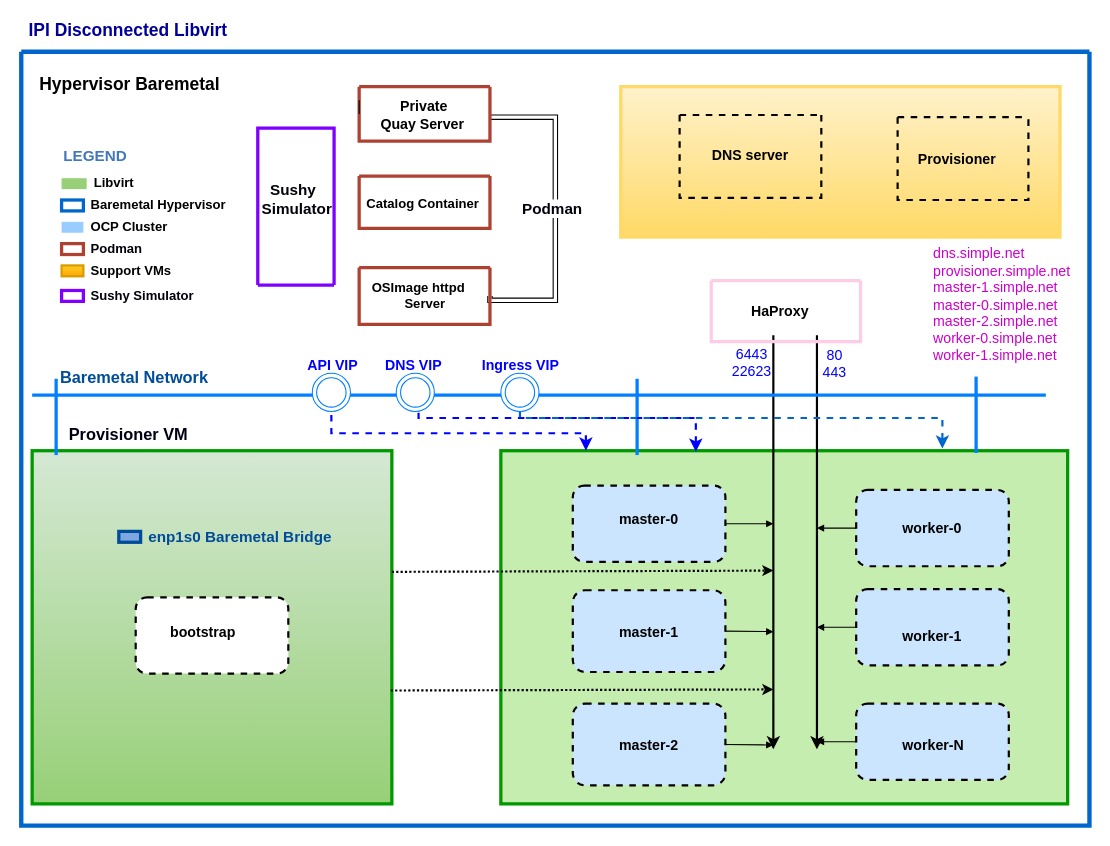
The draw.io diagram Untitled Diagram.drawio in ansvu/ava-project, before the edit. Source tidied: cells renumbered, new cells numbered last; positions are measured from the earlier drawing's top-left corner, leaving out a move shared by most shapes. Both pictures are drawn from the tidied source at 109%, with x=0, y=0 at pixel (21, 19).
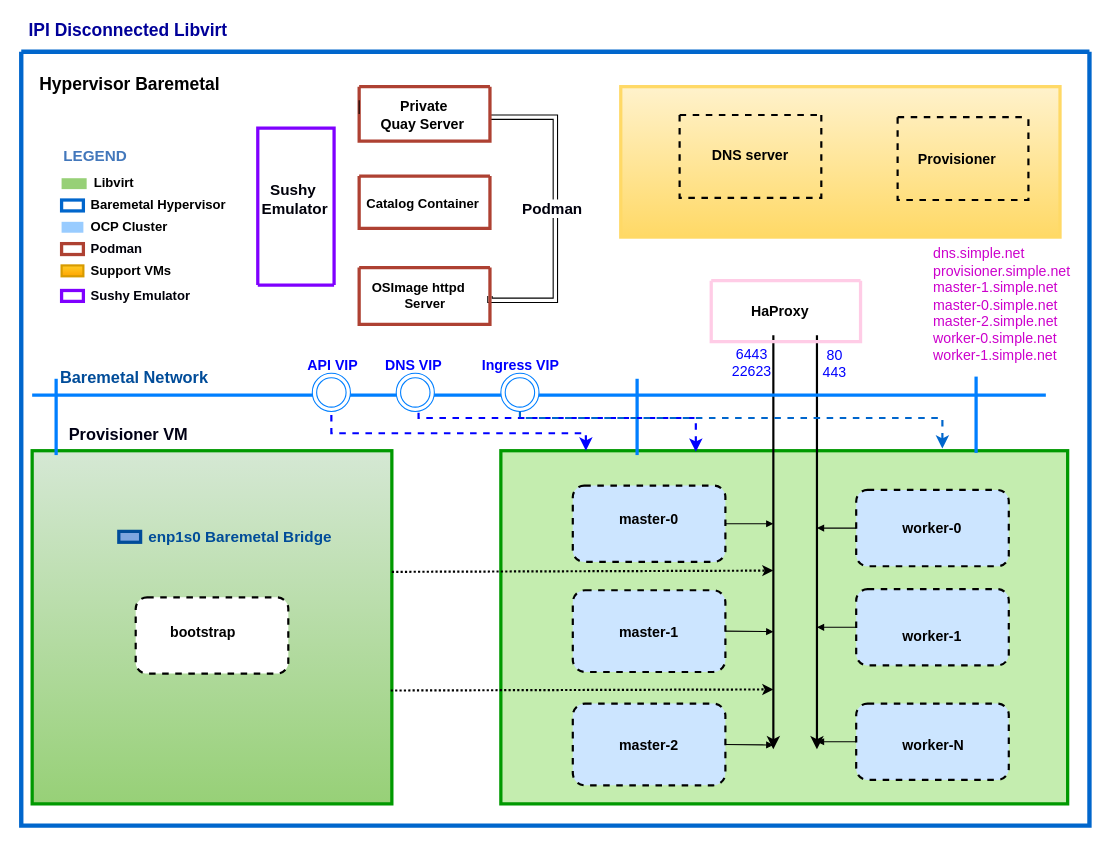
After the change.

Unchanged cells that the change refers to:
```xml
<mxCell id="2" value="&lt;span style=&quot;color: rgb(66, 119, 187); font-family: helvetica; font-size: 12px; font-style: normal; font-weight: 400; letter-spacing: normal; text-align: left; text-indent: 0px; text-transform: none; word-spacing: 0px; background-color: rgb(248, 249, 250); display: inline; float: none;&quot;&gt;Application component&lt;/span&gt;" style="swimlane;shadow=0;strokeColor=#0066cc;fillColor=#D4E1F5;align=right;startSize=0;noLabel=1;strokeWidth=4;" parent="1" vertex="1">
  <mxGeometry y="30" width="980" height="710" as="geometry" />
</mxCell>
<mxCell id="68" style="swimlane;shadow=0;labelBackgroundColor=#007FFF;strokeColor=#7F00FF;fillColor=#1ba1e2;align=center;startSize=0;strokeWidth=3;swimlaneFillColor=none;fontColor=#ffffff;labelPosition=center;verticalLabelPosition=middle;verticalAlign=middle;flipV=1;" parent="2" vertex="1">
  <mxGeometry x="217" y="70" width="70" height="144" as="geometry" />
</mxCell>
```

What changed in the source:
```diff
@@
-    <mxCell id="69" value="&lt;font style=&quot;font-size: 14px&quot;&gt;&amp;nbsp; &amp;nbsp;&lt;font color=&quot;#00000a&quot;&gt;Sushy&lt;br&gt;&amp;nbsp;Simulator&lt;/font&gt;&lt;br&gt;&lt;/font&gt;" style="text;html=1;align=left;verticalAlign=middle;fontColor=#FF66FF;shadow=0;dashed=0;strokeColor=none;fillColor=none;labelBackgroundColor=none;fontStyle=1;fontSize=9;spacingLeft=5;" parent="68" vertex="1">
+    <mxCell id="69" value="&lt;font style=&quot;font-size: 14px&quot;&gt;&amp;nbsp; &amp;nbsp;&lt;font color=&quot;#00000a&quot;&gt;Sushy&lt;br&gt;&amp;nbsp;Emulator&lt;/font&gt;&lt;br&gt;&lt;/font&gt;" style="text;html=1;align=left;verticalAlign=middle;fontColor=#FF66FF;shadow=0;dashed=0;strokeColor=none;fillColor=none;labelBackgroundColor=none;fontStyle=1;fontSize=9;spacingLeft=5;" parent="68" vertex="1">
       <mxGeometry x="-7" y="-10" width="77" height="150" as="geometry" />
     </mxCell>
-    <mxCell id="70" value="&lt;b&gt;&lt;font color=&quot;#00000a&quot;&gt;Sushy Simulator&lt;/font&gt;&lt;/b&gt;" style="rounded=0;html=1;shadow=0;labelBackgroundColor=none;strokeColor=#7F00FF;strokeWidth=3;fillColor=#FFFFFF;fontSize=12;align=left;labelPosition=right;verticalLabelPosition=middle;verticalAlign=middle;spacingLeft=5;" parent="2" vertex="1">
+    <mxCell id="70" value="&lt;b&gt;&lt;font color=&quot;#00000a&quot;&gt;Sushy Emulator&lt;/font&gt;&lt;/b&gt;" style="rounded=0;html=1;shadow=0;labelBackgroundColor=none;strokeColor=#7F00FF;strokeWidth=3;fillColor=#FFFFFF;fontSize=12;align=left;labelPosition=right;verticalLabelPosition=middle;verticalAlign=middle;spacingLeft=5;" parent="2" vertex="1">
       <mxGeometry x="37" y="219" width="20" height="10" as="geometry" />
     </mxCell>
```
